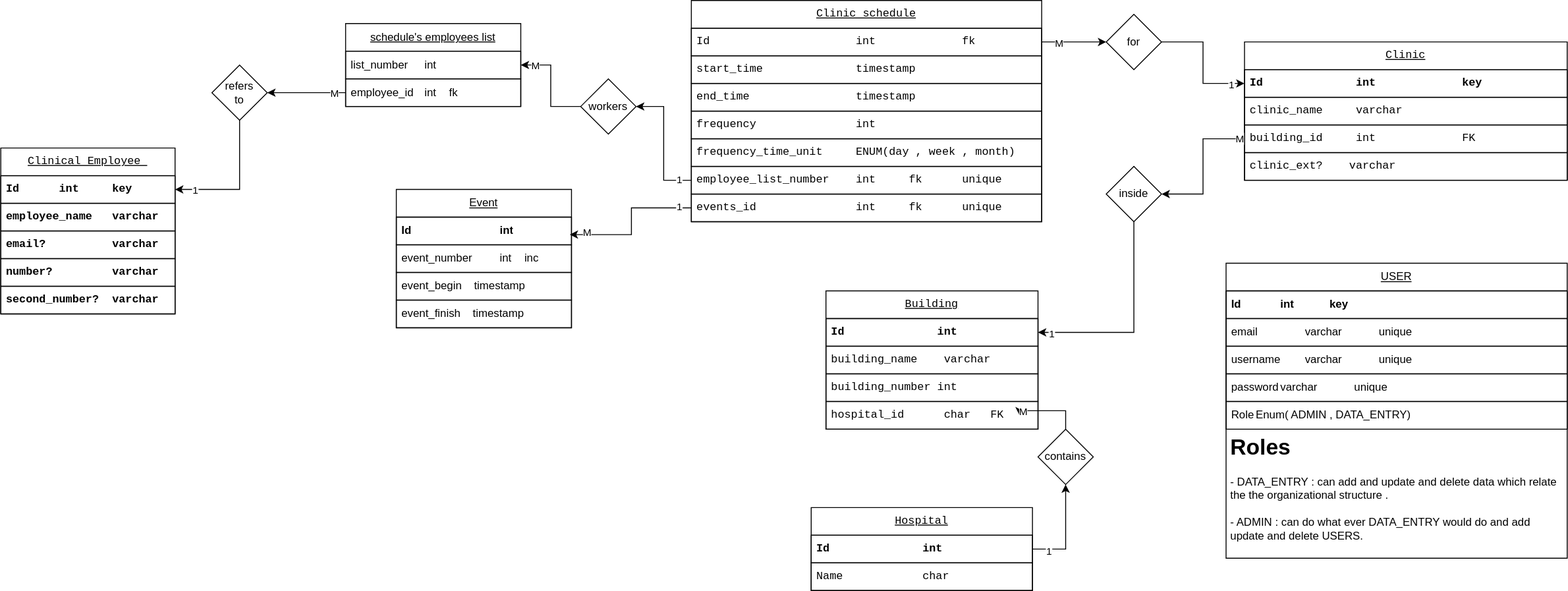
Earlier version of the draw.io export etc/imgs/database.drawio.svg (Abdullah-Khawahir/clinics-schedules). Source tidied: cells renumbered, new cells last; positions are measured from the earlier drawing's top-left corner, leaving out a move shared by most shapes.
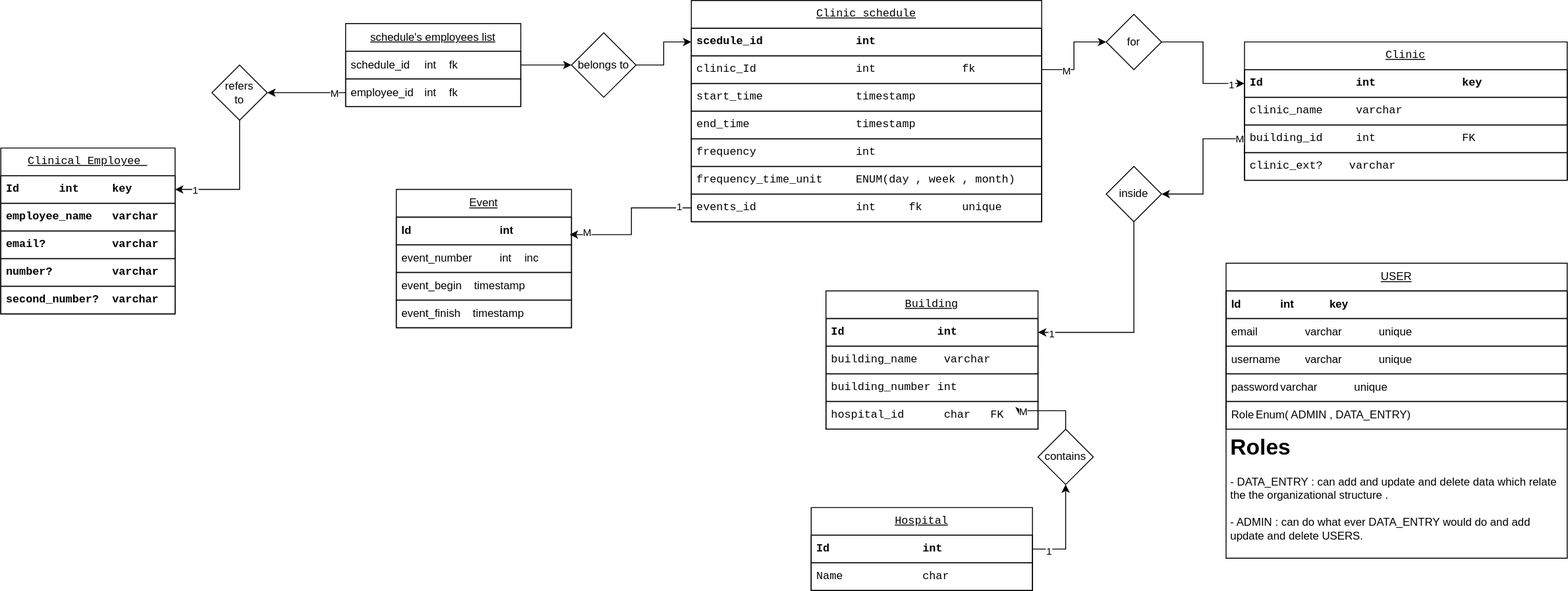
After the change.

Commit message:
changing and adding in Clinic sechedule database.drawio.svg

What changed in the source:
```diff
@@ -62,24 +62,24 @@
     <mxCell id="21" value="Clinic schedule" style="swimlane;fontStyle=4;horizontal=1;startSize=30;whiteSpace=wrap;html=1;fontFamily=monospace;" parent="1" vertex="1">
       <mxGeometry x="749" width="380" height="240" as="geometry" />
     </mxCell>
+    <mxCell id="75" value="scedule_id&lt;span style=&quot;white-space: pre;&quot;&gt;&#9;&lt;/span&gt;&lt;span style=&quot;white-space: pre;&quot;&gt;&#9;&lt;/span&gt;int&lt;span style=&quot;white-space: pre;&quot;&gt;&#9;&lt;/span&gt;&lt;span style=&quot;white-space: pre;&quot;&gt;&#9;&lt;/span&gt;" style="text;strokeColor=default;fillColor=none;align=left;verticalAlign=middle;spacingLeft=4;spacingRight=4;overflow=hidden;points=[[0,0.5],[1,0.5]];portConstraint=eastwest;whiteSpace=wrap;html=1;fontStyle=1;labelBorderColor=none;labelBackgroundColor=none;horizontal=1;spacingTop=0;fontFamily=monospace;" parent="21" vertex="1">
+      <mxGeometry y="30" width="380" height="30" as="geometry" />
+    </mxCell>
-    <mxCell id="22" value="Id&lt;span style=&quot;white-space: pre;&quot;&gt;&#9;&lt;/span&gt;&lt;span style=&quot;white-space: pre;&quot;&gt;&#9;&lt;/span&gt;&lt;span style=&quot;white-space: pre;&quot;&gt;&#9;&lt;/span&gt;int&lt;span style=&quot;white-space: pre;&quot;&gt;&#9;&lt;/span&gt;&lt;span style=&quot;white-space: pre;&quot;&gt;&#9;fk&lt;/span&gt;" style="text;strokeColor=default;fillColor=none;align=left;verticalAlign=middle;spacingLeft=4;spacingRight=4;overflow=hidden;points=[[0,0.5],[1,0.5]];portConstraint=eastwest;whiteSpace=wrap;html=1;fontStyle=0;labelBorderColor=none;labelBackgroundColor=none;horizontal=1;spacingTop=0;fontFamily=monospace;" parent="21" vertex="1">
-      <mxGeometry y="30" width="380" height="30" as="geometry" />
+    <mxCell id="22" value="clinic_Id&lt;span style=&quot;white-space: pre;&quot;&gt;&#9;&lt;/span&gt;&lt;span style=&quot;white-space: pre;&quot;&gt;&#9;&lt;/span&gt;int&lt;span style=&quot;white-space: pre;&quot;&gt;&#9;&lt;/span&gt;&lt;span style=&quot;white-space: pre;&quot;&gt;&#9;fk&lt;/span&gt;" style="text;strokeColor=default;fillColor=none;align=left;verticalAlign=middle;spacingLeft=4;spacingRight=4;overflow=hidden;points=[[0,0.5],[1,0.5]];portConstraint=eastwest;whiteSpace=wrap;html=1;fontStyle=0;labelBorderColor=none;labelBackgroundColor=none;horizontal=1;spacingTop=0;fontFamily=monospace;" parent="21" vertex="1">
+      <mxGeometry y="60" width="380" height="30" as="geometry" />
     </mxCell>
     <mxCell id="23" value="start_time&lt;span style=&quot;white-space: pre;&quot;&gt;&#9;&lt;/span&gt;&lt;span style=&quot;white-space: pre;&quot;&gt;&#9;&lt;/span&gt;&lt;code class=&quot;type&quot;&gt;timestamp&lt;/code&gt;" style="text;strokeColor=default;fillColor=none;align=left;verticalAlign=middle;spacingLeft=4;spacingRight=4;overflow=hidden;whiteSpace=wrap;html=1;fontFamily=monospace;" parent="21" vertex="1">
-      <mxGeometry y="60" width="380" height="30" as="geometry" />
+      <mxGeometry y="90" width="380" height="30" as="geometry" />
     </mxCell>
     <mxCell id="24" value="end_time&lt;span style=&quot;white-space: pre;&quot;&gt;&#9;&lt;/span&gt;&lt;span style=&quot;white-space: pre;&quot;&gt;&#9;&lt;/span&gt;&lt;code class=&quot;type&quot;&gt;timestamp&lt;/code&gt;" style="text;strokeColor=default;fillColor=none;align=left;verticalAlign=middle;spacingLeft=4;spacingRight=4;overflow=hidden;whiteSpace=wrap;html=1;fontFamily=monospace;" parent="21" vertex="1">
-      <mxGeometry y="90" width="380" height="30" as="geometry" />
+      <mxGeometry y="120" width="380" height="30" as="geometry" />
     </mxCell>
     <mxCell id="25" value="frequency&lt;span style=&quot;white-space: pre;&quot;&gt;&#9;&lt;/span&gt;&lt;span style=&quot;white-space: pre;&quot;&gt;&#9;&lt;/span&gt;int" style="text;strokeColor=default;fillColor=none;align=left;verticalAlign=middle;spacingLeft=4;spacingRight=4;overflow=hidden;whiteSpace=wrap;html=1;fontFamily=monospace;" parent="21" vertex="1">
-      <mxGeometry y="120" width="380" height="30" as="geometry" />
+      <mxGeometry y="150" width="380" height="30" as="geometry" />
     </mxCell>
     <mxCell id="26" value="&lt;span style=&quot;white-space: pre;&quot;&gt;frequency_time_unit&#9;&lt;/span&gt;ENUM(day , week , month)" style="text;strokeColor=default;fillColor=none;align=left;verticalAlign=middle;spacingLeft=4;spacingRight=4;overflow=hidden;whiteSpace=wrap;html=1;fontFamily=monospace;" parent="21" vertex="1">
-      <mxGeometry y="150" width="380" height="30" as="geometry" />
+      <mxGeometry y="180" width="380" height="30" as="geometry" />
     </mxCell>
-    <mxCell id="27" value="employee_list&lt;span style=&quot;white-space: pre;&quot;&gt;_number&#9;&lt;/span&gt;&lt;span style=&quot;white-space: pre;&quot;&gt;&lt;code&gt;int&lt;span style=&quot;white-space: pre;&quot;&gt;&#9;&lt;/span&gt;fk&lt;/code&gt;&lt;/span&gt;&lt;span style=&quot;white-space: pre;&quot;&gt;&#9;&lt;/span&gt;unique" style="text;strokeColor=default;fillColor=none;align=left;verticalAlign=middle;spacingLeft=4;spacingRight=4;overflow=hidden;points=[[0,0.5],[1,0.5]];portConstraint=eastwest;whiteSpace=wrap;html=1;fontFamily=monospace;" parent="21" vertex="1">
-      <mxGeometry y="180" width="380" height="30" as="geometry" />
-    </mxCell>
     <mxCell id="28" value="events_id&lt;span style=&quot;white-space: pre;&quot;&gt;&#9;&lt;span style=&quot;white-space: pre;&quot;&gt;&#9;&lt;/span&gt;&lt;/span&gt;&lt;span style=&quot;white-space: pre;&quot;&gt;&lt;code&gt;int&lt;span style=&quot;white-space: pre;&quot;&gt;&#9;&lt;/span&gt;fk&lt;/code&gt;&lt;/span&gt;&lt;span style=&quot;white-space: pre;&quot;&gt;&#9;&lt;/span&gt;unique" style="text;strokeColor=default;fillColor=none;align=left;verticalAlign=middle;spacingLeft=4;spacingRight=4;overflow=hidden;points=[[0,0.5],[1,0.5]];portConstraint=eastwest;whiteSpace=wrap;html=1;fontFamily=monospace;" parent="21" vertex="1">
       <mxGeometry y="210" width="380" height="30" as="geometry" />
     </mxCell>
@@ -165,7 +165,7 @@
     <mxCell id="54" value="schedule's employees list" style="swimlane;fontStyle=4;horizontal=1;startSize=30;whiteSpace=wrap;html=1;" parent="1" vertex="1">
       <mxGeometry x="374" y="25" width="190" height="90" as="geometry" />
     </mxCell>
-    <mxCell id="55" value="list_number&lt;span style=&quot;white-space: pre;&quot;&gt;&#9;int&lt;/span&gt;" style="text;strokeColor=default;fillColor=none;align=left;verticalAlign=middle;spacingLeft=4;spacingRight=4;overflow=hidden;points=[[0,0.5],[1,0.5]];portConstraint=eastwest;whiteSpace=wrap;html=1;fontStyle=0;labelBorderColor=none;labelBackgroundColor=none;horizontal=1;spacingTop=0;" parent="54" vertex="1">
+    <mxCell id="55" value="schedule_id&lt;span style=&quot;white-space: pre;&quot;&gt;&#9;&lt;/span&gt;int&lt;span style=&quot;white-space: pre;&quot;&gt;&#9;&lt;/span&gt;fk" style="text;strokeColor=default;fillColor=none;align=left;verticalAlign=middle;spacingLeft=4;spacingRight=4;overflow=hidden;points=[[0,0.5],[1,0.5]];portConstraint=eastwest;whiteSpace=wrap;html=1;fontStyle=0;labelBorderColor=none;labelBackgroundColor=none;horizontal=1;spacingTop=0;" parent="54" vertex="1">
       <mxGeometry y="30" width="190" height="30" as="geometry" />
     </mxCell>
     <mxCell id="56" value="employee_id&lt;span style=&quot;white-space: pre;&quot;&gt;&#9;&lt;/span&gt;int&lt;span style=&quot;white-space: pre;&quot;&gt;&#9;&lt;/span&gt;fk" style="text;strokeColor=default;fillColor=none;align=left;verticalAlign=middle;spacingLeft=4;spacingRight=4;overflow=hidden;points=[[0,0.5],[1,0.5]];portConstraint=eastwest;whiteSpace=wrap;html=1;" parent="54" vertex="1">
@@ -188,21 +188,6 @@
     <mxCell id="61" value="&lt;div&gt;refers&lt;/div&gt;&lt;div&gt;to&lt;br&gt;&lt;/div&gt;" style="rhombus;whiteSpace=wrap;html=1;" parent="1" vertex="1">
       <mxGeometry x="229" y="70" width="60" height="60" as="geometry" />
     </mxCell>
-    <mxCell id="62" style="edgeStyle=orthogonalEdgeStyle;rounded=0;jettySize=auto;html=1;entryX=1;entryY=0.5;entryDx=0;entryDy=0;" parent="1" edge="1" source="66" target="55">
-      <mxGeometry relative="1" as="geometry" />
-    </mxCell>
-    <mxCell id="63" value="M" style="edgeLabel;html=1;align=center;verticalAlign=middle;" parent="62" vertex="1">
-      <mxGeometry x="0.73" relative="1" as="geometry" />
-    </mxCell>
-    <mxCell id="64" style="edgeStyle=orthogonalEdgeStyle;rounded=0;jettySize=auto;html=1;entryX=1;entryY=0.5;entryDx=0;entryDy=0;" parent="1" edge="1" source="27" target="66">
-      <mxGeometry relative="1" as="geometry" />
-    </mxCell>
-    <mxCell id="65" value="1" style="edgeLabel;html=1;align=center;verticalAlign=middle;" parent="64" vertex="1">
-      <mxGeometry x="-0.8" y="-1" relative="1" as="geometry" />
-    </mxCell>
-    <mxCell id="66" value="workers" style="rhombus;whiteSpace=wrap;html=1;" parent="1" vertex="1">
-      <mxGeometry x="629" y="85" width="60" height="60" as="geometry" />
-    </mxCell>
     <mxCell id="67" value="Event" style="swimlane;fontStyle=4;horizontal=1;startSize=30;whiteSpace=wrap;html=1;" parent="1" vertex="1">
       <mxGeometry x="429" y="205" width="190" height="150" as="geometry" />
     </mxCell>
@@ -227,5 +212,14 @@
     <mxCell id="74" value="M" style="edgeLabel;html=1;align=center;verticalAlign=middle;" parent="72" vertex="1">
       <mxGeometry x="0.78" y="-2" relative="1" as="geometry" />
     </mxCell>
+    <mxCell id="76" style="edgeStyle=orthogonalEdgeStyle;rounded=0;jettySize=auto;html=1;" parent="1" edge="1" source="78" target="75">
+      <mxGeometry relative="1" as="geometry" />
+    </mxCell>
+    <mxCell id="77" style="edgeStyle=orthogonalEdgeStyle;rounded=0;jettySize=auto;html=1;" parent="1" edge="1" source="55" target="78">
+      <mxGeometry relative="1" as="geometry" />
+    </mxCell>
+    <mxCell id="78" value="belongs to" style="rhombus;whiteSpace=wrap;html=1;" parent="1" vertex="1">
+      <mxGeometry x="619" y="35" width="70" height="70" as="geometry" />
+    </mxCell>
   </root>
 </mxGraphModel>
```
